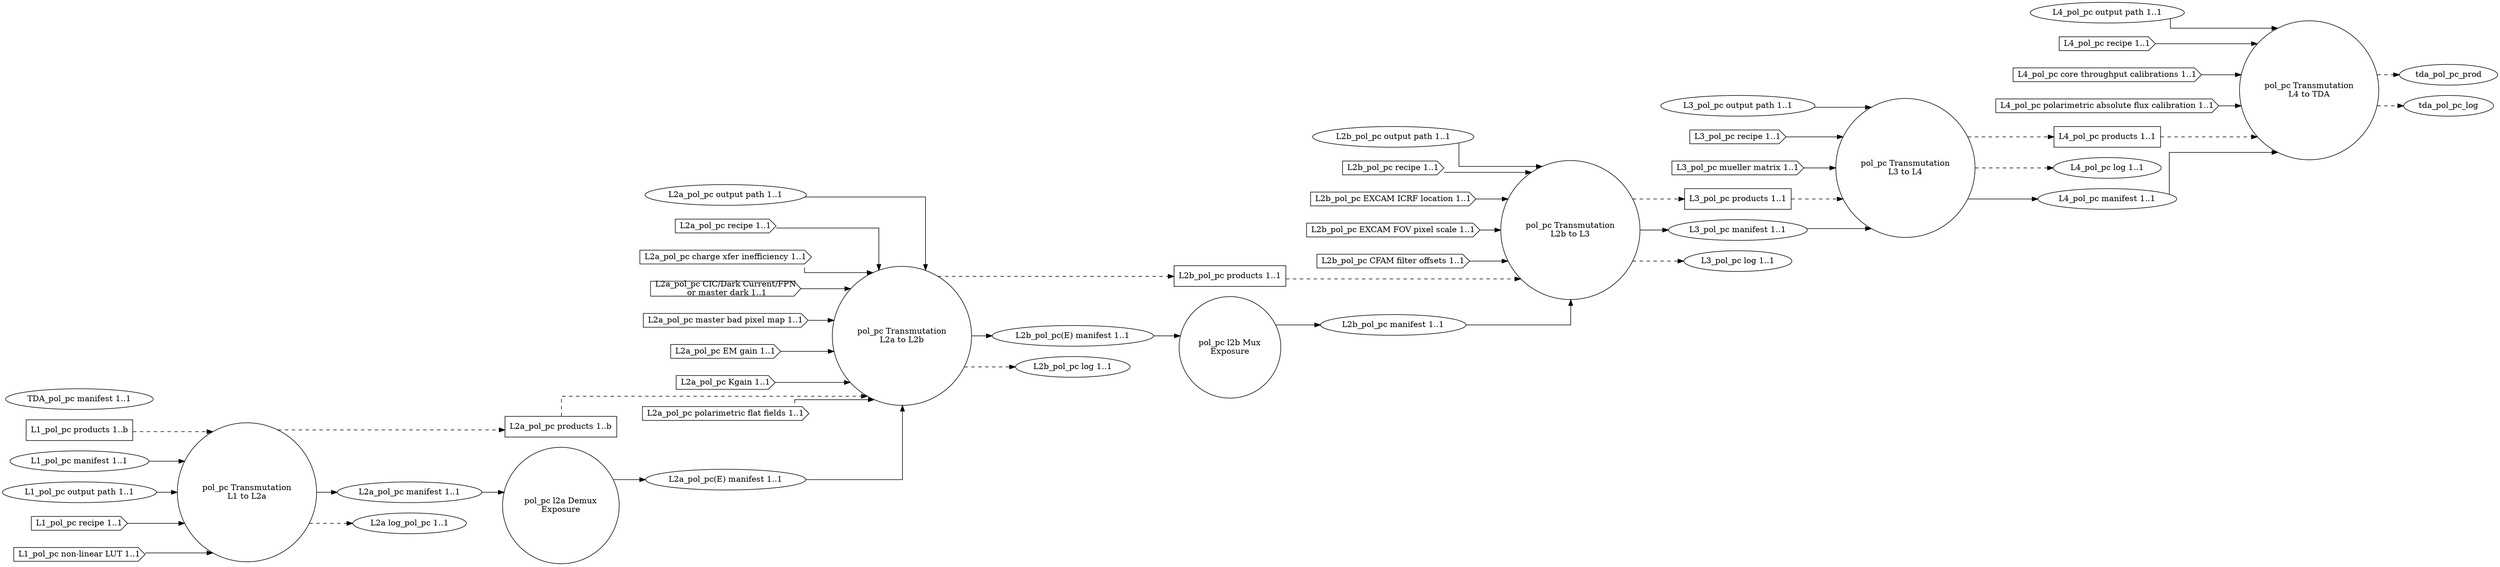
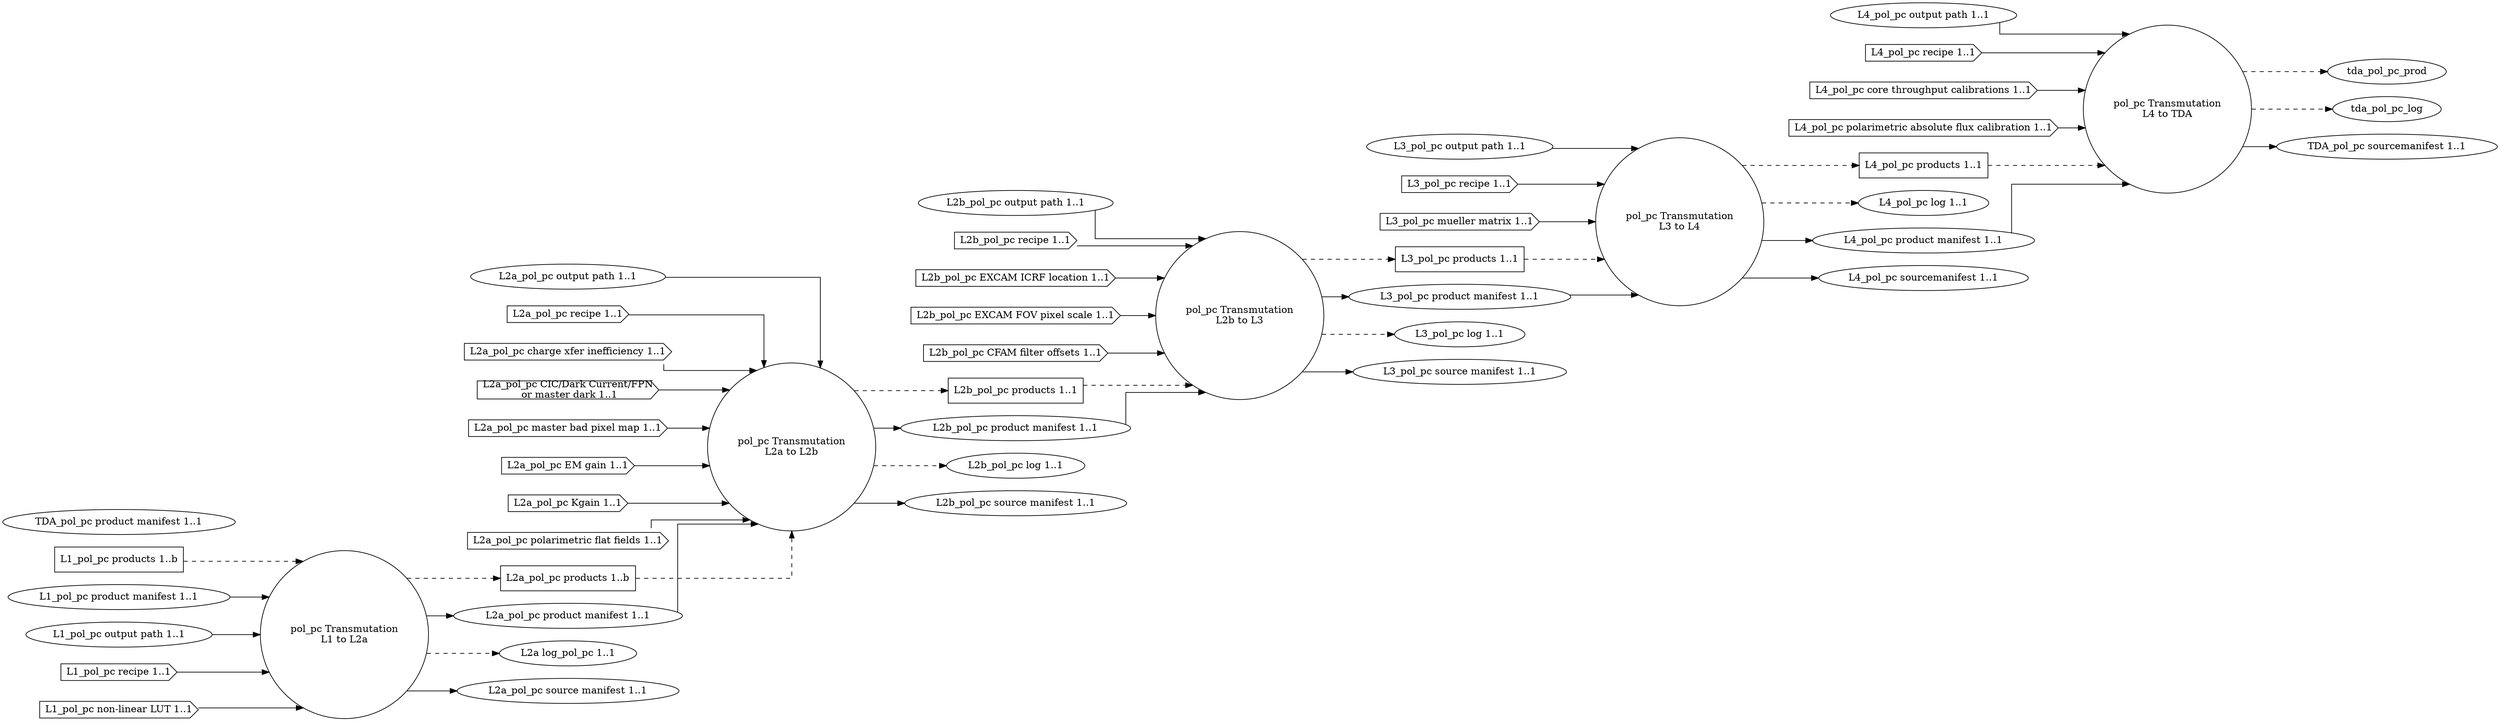
digraph PolarimetryPhotonCount {
graph [splines="ortho", rankdir=LR];
trans_pol_pc_l1_l2a [label="pol_pc Transmutation\nL1 to L2a", shape="circle", runname="l1.transmutation_pol_pc", runtype="dawgie.Algorithm", fsmtype="dip.base.Runner"];
- l2a_pol_pc_demux [label="pol_pc l2a Demux\nExposure", shape="circle", runname="l2a.demux_pol_pc", runtype="dawgie.Algorithm", fsmtype="dip.clerk.impls.demux.FSM"];
trans_pol_pc_l2a_l2b [label="pol_pc Transmutation\nL2a to L2b", shape="circle", runname="l2a.transmutation_pol_pc", runtype="dawgie.Algorithm", fsmtype="dip.base.Runner"];
- l2b_pol_pc_mux [label="pol_pc l2b Mux\nExposure", shape="circle", runname="l2b.mux_pol_pc", runtype="dawgie.Analyzer", fsmtype="dip.clerk.impls.mux.FSM"];
trans_pol_pc_l2b_l3 [label="pol_pc Transmutation\nL2b to L3", shape="circle", runname="l2b.transmutation_pol_pc", runtype="dawgie.Algorithm", fsmtype="dip.base.Runner"];
trans_pol_pc_l3_l4 [label="pol_pc Transmutation\nL3 to L4", shape="circle", runname="l3.transmutation_pol_pc", runtype="dawgie.Algorithm", fsmtype="dip.base.Runner"];
trans_pol_pc_l4_tda [label="pol_pc Transmutation\nL4 to TDA", shape="circle", runname="l4.transmutation_pol_pc", runtype="dawgie.Algorithm", fsmtype="dip.base.Runner"];
l1_pol_pc_prod [label="L1_pol_pc products 1..b", shape="rectangle"];
- l1_pol_pc_man [label="L1_pol_pc manifest 1..1", shape="ellipse"];
+ l1_pol_pc_man [label="L1_pol_pc product manifest 1..1", shape="ellipse"];
l1_pol_pc_odir [label="L1_pol_pc output path 1..1", shape="ellipse"];
l1_pol_pc_rec [label="L1_pol_pc recipe 1..1", shape="cds"];
l1_pol_pc_nllut [label="L1_pol_pc non-linear LUT 1..1", shape="cds"];
l2a_pol_pc_prod [label="L2a_pol_pc products 1..b", shape="rectangle"];
- l2a_pol_pc_man [label="L2a_pol_pc manifest 1..1", shape="ellipse", valname="l1.transmutation_pol_pc.product.manifest", valtype="dip.base.Manifest"];
+ l2a_pol_pc_man [label="L2a_pol_pc product manifest 1..1", shape="ellipse", valname="l1.transmutation_pol_pc.product.manifest", valtype="dip.base.Manifest"];
l2a_pol_pc_odir [label="L2a_pol_pc output path 1..1", shape="ellipse"];
l2a_pol_pc_rec [label="L2a_pol_pc recipe 1..1", shape="cds"];
l2a_pol_pc_cti [label="L2a_pol_pc charge xfer inefficiency 1..1", shape="cds"];
l2a_pol_pc_dnb [label="L2a_pol_pc CIC/Dark Current/FPN\n or master dark 1..1", shape="cds"];
l2a_pol_pc_mbpm [label="L2a_pol_pc master bad pixel map 1..1", shape="cds"];
l2a_pol_pc_emg [label="L2a_pol_pc EM gain 1..1", shape="cds"];
l2a_pol_pc_kgain [label="L2a_pol_pc Kgain 1..1", shape="cds"];
l2a_pol_pc_polff [label="L2a_pol_pc polarimetric flat fields 1..1", shape="cds"];
l2a_pol_pc_log [label="L2a log_pol_pc 1..1", shape="ellipse"];
- l2a_pol_pc_man_demux [label="L2a_pol_pc(E) manifest 1..1", shape="ellipse", valname="l2a.demux_pol_pc.product.manifest", valtype="dip.base.Manifest"];
l2b_pol_pc_prod [label="L2b_pol_pc products 1..1", shape="rectangle"];
- l2b_pol_pc_man [label="L2b_pol_pc manifest 1..1", shape="ellipse", valname="l2b.mux_pol_pc.product.manifest", valtype="dip.base.Manifest"];
+ l2b_pol_pc_man [label="L2b_pol_pc product manifest 1..1", shape="ellipse", valname="l2a.transmutation_pol_pc.product.manifest", valtype="dip.base.Manifest"];
l2b_pol_pc_odir [label="L2b_pol_pc output path 1..1", shape="ellipse"];
l2b_pol_pc_rec [label="L2b_pol_pc recipe 1..1", shape="cds"];
l2b_pol_pc_excicrf [label="L2b_pol_pc EXCAM ICRF location 1..1", shape="cds"];
l2b_pol_pc_excfovps [label="L2b_pol_pc EXCAM FOV pixel scale 1..1", shape="cds"];
l2b_pol_pc_cfamfo [label="L2b_pol_pc CFAM filter offsets 1..1", shape="cds"];
- l2b_pol_pc_man_demux [label="L2b_pol_pc(E) manifest 1..1", shape="ellipse", valname="l2a.transmutation_pol_pc.product.manifest", valtype="dip.base.Manifest"];
l2b_pol_pc_log [label="L2b_pol_pc log 1..1", shape="ellipse"];
l3_pol_pc_prod [label="L3_pol_pc products 1..1", shape="rectangle"];
l3_pol_pc_odir [label="L3_pol_pc output path 1..1", shape="ellipse"];
- l3_pol_pc_man [label="L3_pol_pc manifest 1..1", shape="ellipse", valname="l2b.transmutation_pol_pc.product.manifest", valtype="dip.base.Manifest"];
+ l3_pol_pc_man [label="L3_pol_pc product manifest 1..1", shape="ellipse", valname="l2b.transmutation_pol_pc.product.manifest", valtype="dip.base.Manifest"];
l3_pol_pc_rec [label="L3_pol_pc recipe 1..1", shape="cds"];
l3_pol_pc_mueller [label="L3_pol_pc mueller matrix 1..1", shape="cds"];
l3_pol_pc_log [label="L3_pol_pc log 1..1", shape="ellipse"];
l4_pol_pc_prod [label="L4_pol_pc products 1..1", shape="rectangle"];
l4_pol_pc_log [label="L4_pol_pc log 1..1", shape="ellipse"];
- l4_pol_pc_man [label="L4_pol_pc manifest 1..1", shape="ellipse", valname="l3.transmutation_pol_pc.product.manifest", valtype="dip.base.Manifest"];
+ l4_pol_pc_man [label="L4_pol_pc product manifest 1..1", shape="ellipse", valname="l3.transmutation_pol_pc.product.manifest", valtype="dip.base.Manifest"];
l4_pol_pc_odir [label="L4_pol_pc output path 1..1", shape="ellipse"];
l4_pol_pc_rec [label="L4_pol_pc recipe 1..1", shape="cds"];
l4_pol_pc_ctcal [label="L4_pol_pc core throughput calibrations 1..1", shape="cds"];
l4_pol_pc_afcal [label="L4_pol_pc polarimetric absolute flux calibration 1..1", shape="cds"];
- tda_pol_pc_man [label="TDA_pol_pc manifest 1..1", shape="ellipse", valname="l4.transmutation_pol_pc.product.manifest", valtype="dip.base.Manifest"];
+ tda_pol_pc_man [label="TDA_pol_pc product manifest 1..1", shape="ellipse", valname="l4.transmutation_pol_pc.product.manifest", valtype="dip.base.Manifest"];
l1_pol_pc_prod -> trans_pol_pc_l1_l2a [style="dashed"];
l1_pol_pc_man -> trans_pol_pc_l1_l2a;
l1_pol_pc_odir -> trans_pol_pc_l1_l2a;
l1_pol_pc_rec -> trans_pol_pc_l1_l2a;
l1_pol_pc_nllut -> trans_pol_pc_l1_l2a;
trans_pol_pc_l1_l2a -> l2a_pol_pc_prod [style="dashed"];
trans_pol_pc_l1_l2a -> l2a_pol_pc_man;
trans_pol_pc_l1_l2a -> l2a_pol_pc_log [style="dashed"];
l2a_pol_pc_prod -> trans_pol_pc_l2a_l2b [style="dashed"];
l2a_pol_pc_odir -> trans_pol_pc_l2a_l2b;
l2a_pol_pc_rec -> trans_pol_pc_l2a_l2b;
l2a_pol_pc_cti -> trans_pol_pc_l2a_l2b;
l2a_pol_pc_dnb -> trans_pol_pc_l2a_l2b;
l2a_pol_pc_mbpm -> trans_pol_pc_l2a_l2b;
l2a_pol_pc_emg -> trans_pol_pc_l2a_l2b;
l2a_pol_pc_kgain -> trans_pol_pc_l2a_l2b;
l2a_pol_pc_polff -> trans_pol_pc_l2a_l2b;
trans_pol_pc_l2a_l2b -> l2b_pol_pc_prod [style="dashed"];
- trans_pol_pc_l2a_l2b -> l2b_pol_pc_man_demux;
+ trans_pol_pc_l2a_l2b -> l2b_pol_pc_man;
trans_pol_pc_l2a_l2b -> l2b_pol_pc_log [style="dashed"];
- l2a_pol_pc_man -> l2a_pol_pc_demux;
- l2a_pol_pc_demux -> l2a_pol_pc_man_demux;
- l2a_pol_pc_man_demux -> trans_pol_pc_l2a_l2b;
- l2b_pol_pc_man_demux -> l2b_pol_pc_mux;
- l2b_pol_pc_mux -> l2b_pol_pc_man;
+ l2a_pol_pc_man -> trans_pol_pc_l2a_l2b;
l2b_pol_pc_prod -> trans_pol_pc_l2b_l3 [style="dashed"];
l2b_pol_pc_man -> trans_pol_pc_l2b_l3;
l2b_pol_pc_odir -> trans_pol_pc_l2b_l3;
l2b_pol_pc_rec -> trans_pol_pc_l2b_l3;
l2b_pol_pc_excicrf -> trans_pol_pc_l2b_l3;
l2b_pol_pc_excfovps -> trans_pol_pc_l2b_l3;
l2b_pol_pc_cfamfo -> trans_pol_pc_l2b_l3;
trans_pol_pc_l2b_l3 -> l3_pol_pc_prod [style="dashed"];
trans_pol_pc_l2b_l3 -> l3_pol_pc_man;
trans_pol_pc_l2b_l3 -> l3_pol_pc_log [style="dashed"];
l3_pol_pc_prod -> trans_pol_pc_l3_l4 [style="dashed"];
l3_pol_pc_man -> trans_pol_pc_l3_l4;
l3_pol_pc_odir -> trans_pol_pc_l3_l4;
l3_pol_pc_rec -> trans_pol_pc_l3_l4;
l3_pol_pc_mueller -> trans_pol_pc_l3_l4;
trans_pol_pc_l3_l4 -> l4_pol_pc_prod [style="dashed"];
trans_pol_pc_l3_l4 -> l4_pol_pc_log [style="dashed"];
trans_pol_pc_l3_l4 -> l4_pol_pc_man;
l4_pol_pc_prod -> trans_pol_pc_l4_tda [style="dashed"];
l4_pol_pc_man -> trans_pol_pc_l4_tda;
l4_pol_pc_odir -> trans_pol_pc_l4_tda;
l4_pol_pc_rec -> trans_pol_pc_l4_tda;
l4_pol_pc_ctcal -> trans_pol_pc_l4_tda;
l4_pol_pc_afcal -> trans_pol_pc_l4_tda;
trans_pol_pc_l4_tda -> tda_pol_pc_prod [style="dashed"];
trans_pol_pc_l4_tda -> tda_pol_pc_log [style="dashed"];
+ 
+ l2a_pol_pc_src [label="L2a_pol_pc source manifest 1..1", shape="ellipse", valname="l1.transmutation_pol_pc.source.manifest", valtype="dip.base.Manifest"];
+ l2b_pol_pc_src [label="L2b_pol_pc source manifest 1..1", shape="ellipse", valname="l2a.transmutation_pol_pc.source.manifest", valtype="dip.base.Manifest"];
+ l3_pol_pc_src [label="L3_pol_pc source manifest 1..1", shape="ellipse", valname="l2b.transmutation_pol_pc.source.manifest", valtype="dip.base.Manifest"];
+ l4_pol_pc_src [label="L4_pol_pc sourcemanifest 1..1", shape="ellipse", valname="l3.transmutation_pol_pc.source.manifest", valtype="dip.base.Manifest"];
+ tda_pol_pc_src [label="TDA_pol_pc sourcemanifest 1..1", shape="ellipse", valname="l4.transmutation_pol_pc.source.manifest", valtype="dip.base.Manifest"];
+ trans_pol_pc_l1_l2a -> l2a_pol_pc_src;
+ trans_pol_pc_l2a_l2b -> l2b_pol_pc_src;
+ trans_pol_pc_l2b_l3 -> l3_pol_pc_src;
+ trans_pol_pc_l3_l4 -> l4_pol_pc_src;
+ trans_pol_pc_l4_tda -> tda_pol_pc_src;
}
